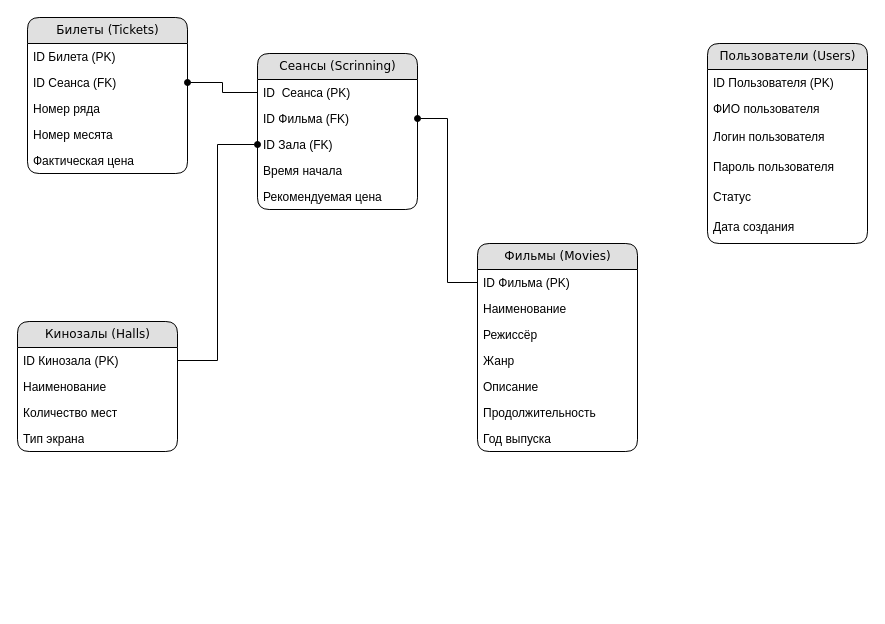
Above: diargams/Диаграмма без названия.drawio in kostya1962/DataBaseLab (draw.io), before the change. Source tidied: cells renumbered, new cells numbered last; positions are measured from the earlier drawing's top-left corner, leaving out a move shared by most shapes. Both pictures are drawn from the tidied source at 100%, with x=0, y=0 at pixel (17, 17).
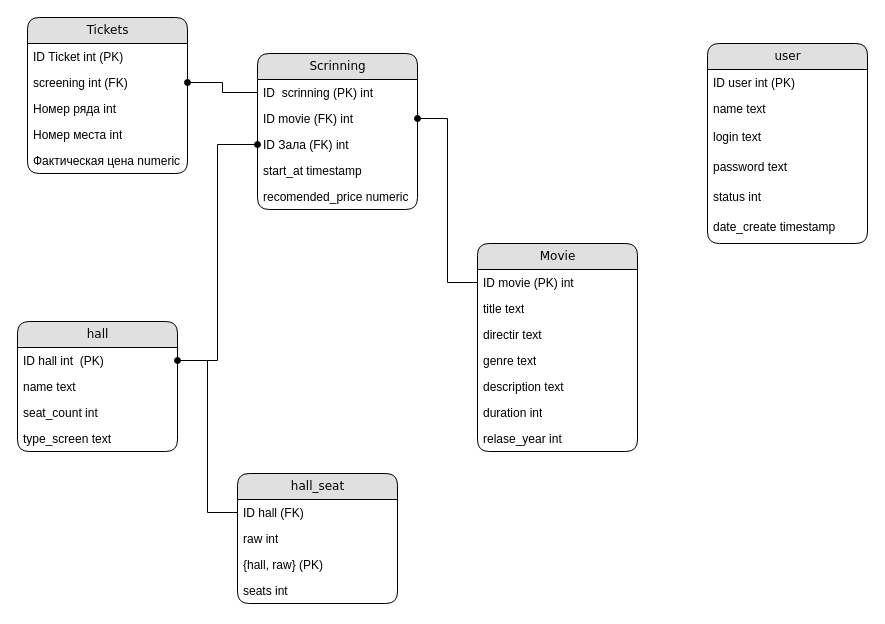
Above is the later version.

Diff of the diagram source:
```diff
@@
-    <mxCell id="3" value="Билеты (Tickets)" style="swimlane;html=1;fontStyle=0;horizontal=1;startSize=26;fillColor=#e0e0e0;swimlaneFillColor=#ffffff;align=center;rounded=1;shadow=0;comic=0;labelBackgroundColor=none;strokeWidth=1;fontFamily=Verdana;fontSize=12;" parent="1" vertex="1">
+    <mxCell id="3" value="Tickets" style="swimlane;html=1;fontStyle=0;horizontal=1;startSize=26;fillColor=#e0e0e0;swimlaneFillColor=#ffffff;align=center;rounded=1;shadow=0;comic=0;labelBackgroundColor=none;strokeWidth=1;fontFamily=Verdana;fontSize=12;" parent="1" vertex="1">
       <mxGeometry x="10" width="160" height="156" as="geometry" />
     </mxCell>
-    <mxCell id="4" value="ID Билета (PK)" style="text;html=1;strokeColor=none;fillColor=none;spacingLeft=4;spacingRight=4;whiteSpace=wrap;overflow=hidden;" parent="3" vertex="1">
+    <mxCell id="4" value="ID&amp;nbsp;Ticket int (PK)" style="text;html=1;strokeColor=none;fillColor=none;spacingLeft=4;spacingRight=4;whiteSpace=wrap;overflow=hidden;" parent="3" vertex="1">
       <mxGeometry y="26" width="160" height="26" as="geometry" />
     </mxCell>
-    <mxCell id="5" value="ID Сеанса (FK)" style="text;html=1;strokeColor=none;fillColor=none;spacingLeft=4;spacingRight=4;whiteSpace=wrap;overflow=hidden;points=[[0,0.5],[1,0.5]];portConstraint=eastwest;" parent="3" vertex="1">
+    <mxCell id="5" value="screening int (FK)" style="text;html=1;strokeColor=none;fillColor=none;spacingLeft=4;spacingRight=4;whiteSpace=wrap;overflow=hidden;points=[[0,0.5],[1,0.5]];portConstraint=eastwest;" parent="3" vertex="1">
       <mxGeometry y="52" width="160" height="26" as="geometry" />
     </mxCell>
-    <mxCell id="6" value="Номер ряда" style="text;html=1;strokeColor=none;fillColor=none;spacingLeft=4;spacingRight=4;whiteSpace=wrap;overflow=hidden;" parent="3" vertex="1">
+    <mxCell id="6" value="Номер ряда int" style="text;html=1;strokeColor=none;fillColor=none;spacingLeft=4;spacingRight=4;whiteSpace=wrap;overflow=hidden;" parent="3" vertex="1">
       <mxGeometry y="78" width="160" height="26" as="geometry" />
     </mxCell>
-    <mxCell id="7" value="Номер месята" style="text;html=1;strokeColor=none;fillColor=none;spacingLeft=4;spacingRight=4;whiteSpace=wrap;overflow=hidden;" parent="3" vertex="1">
+    <mxCell id="7" value="Номер места int" style="text;html=1;strokeColor=none;fillColor=none;spacingLeft=4;spacingRight=4;whiteSpace=wrap;overflow=hidden;" parent="3" vertex="1">
       <mxGeometry y="104" width="160" height="26" as="geometry" />
     </mxCell>
-    <mxCell id="8" value="Фактическая цена" style="text;html=1;strokeColor=none;fillColor=none;spacingLeft=4;spacingRight=4;whiteSpace=wrap;overflow=hidden;" parent="3" vertex="1">
+    <mxCell id="8" value="Фактическая цена numeric" style="text;html=1;strokeColor=none;fillColor=none;spacingLeft=4;spacingRight=4;whiteSpace=wrap;overflow=hidden;" parent="3" vertex="1">
       <mxGeometry y="130" width="160" height="26" as="geometry" />
     </mxCell>
-    <mxCell id="9" value="Кинозалы (Halls)" style="swimlane;html=1;fontStyle=0;horizontal=1;startSize=26;fillColor=#e0e0e0;swimlaneFillColor=#ffffff;align=center;rounded=1;shadow=0;comic=0;labelBackgroundColor=none;strokeWidth=1;fontFamily=Verdana;fontSize=12;" parent="1" vertex="1">
+    <mxCell id="9" value="hall" style="swimlane;html=1;fontStyle=0;horizontal=1;startSize=26;fillColor=#e0e0e0;swimlaneFillColor=#ffffff;align=center;rounded=1;shadow=0;comic=0;labelBackgroundColor=none;strokeWidth=1;fontFamily=Verdana;fontSize=12;" parent="1" vertex="1">
       <mxGeometry y="304" width="160" height="130" as="geometry" />
     </mxCell>
-    <mxCell id="10" value="&lt;div&gt;ID Кинозала (PK)&lt;br&gt;&lt;/div&gt;&lt;div&gt;&lt;br&gt;&lt;/div&gt;" style="text;html=1;strokeColor=none;fillColor=none;spacingLeft=4;spacingRight=4;whiteSpace=wrap;overflow=hidden;points=[[0,0.5],[1,0.5]];portConstraint=eastwest;" parent="9" vertex="1">
+    <mxCell id="10" value="&lt;div&gt;ID hall int&amp;nbsp; (PK)&lt;br&gt;&lt;/div&gt;&lt;div&gt;&lt;br&gt;&lt;/div&gt;" style="text;html=1;strokeColor=none;fillColor=none;spacingLeft=4;spacingRight=4;whiteSpace=wrap;overflow=hidden;points=[[0,0.5],[1,0.5]];portConstraint=eastwest;" parent="9" vertex="1">
       <mxGeometry y="26" width="160" height="26" as="geometry" />
     </mxCell>
-    <mxCell id="11" value="Наименование" style="text;html=1;strokeColor=none;fillColor=none;spacingLeft=4;spacingRight=4;whiteSpace=wrap;overflow=hidden;" parent="9" vertex="1">
+    <mxCell id="11" value="name text" style="text;html=1;strokeColor=none;fillColor=none;spacingLeft=4;spacingRight=4;whiteSpace=wrap;overflow=hidden;" parent="9" vertex="1">
       <mxGeometry y="52" width="160" height="26" as="geometry" />
     </mxCell>
-    <mxCell id="12" value="Количество мест" style="text;html=1;strokeColor=none;fillColor=none;spacingLeft=4;spacingRight=4;whiteSpace=wrap;overflow=hidden;" parent="9" vertex="1">
+    <mxCell id="12" value="seat_count int" style="text;html=1;strokeColor=none;fillColor=none;spacingLeft=4;spacingRight=4;whiteSpace=wrap;overflow=hidden;" parent="9" vertex="1">
       <mxGeometry y="78" width="160" height="26" as="geometry" />
     </mxCell>
-    <mxCell id="13" value="Тип экрана" style="text;html=1;strokeColor=none;fillColor=none;spacingLeft=4;spacingRight=4;whiteSpace=wrap;overflow=hidden;" parent="9" vertex="1">
+    <mxCell id="13" value="type_screen text" style="text;html=1;strokeColor=none;fillColor=none;spacingLeft=4;spacingRight=4;whiteSpace=wrap;overflow=hidden;" parent="9" vertex="1">
       <mxGeometry y="104" width="160" height="26" as="geometry" />
     </mxCell>
-    <mxCell id="14" value="Фильмы (Movies)" style="swimlane;html=1;fontStyle=0;horizontal=1;startSize=26;fillColor=#e0e0e0;swimlaneFillColor=#ffffff;align=center;rounded=1;shadow=0;comic=0;labelBackgroundColor=none;strokeWidth=1;fontFamily=Verdana;fontSize=12;" parent="1" vertex="1">
+    <mxCell id="14" value="Movie" style="swimlane;html=1;fontStyle=0;horizontal=1;startSize=26;fillColor=#e0e0e0;swimlaneFillColor=#ffffff;align=center;rounded=1;shadow=0;comic=0;labelBackgroundColor=none;strokeWidth=1;fontFamily=Verdana;fontSize=12;" parent="1" vertex="1">
       <mxGeometry x="460" y="226" width="160" height="208" as="geometry" />
     </mxCell>
-    <mxCell id="15" value="ID Фильма (PK)" style="text;html=1;strokeColor=none;fillColor=none;spacingLeft=4;spacingRight=4;whiteSpace=wrap;overflow=hidden;points=[[0,0.5],[1,0.5]];portConstraint=eastwest;" parent="14" vertex="1">
+    <mxCell id="15" value="ID movie (PK) int" style="text;html=1;strokeColor=none;fillColor=none;spacingLeft=4;spacingRight=4;whiteSpace=wrap;overflow=hidden;points=[[0,0.5],[1,0.5]];portConstraint=eastwest;" parent="14" vertex="1">
       <mxGeometry y="26" width="160" height="26" as="geometry" />
     </mxCell>
-    <mxCell id="16" value="Наименование" style="text;html=1;strokeColor=none;fillColor=none;spacingLeft=4;spacingRight=4;whiteSpace=wrap;overflow=hidden;" parent="14" vertex="1">
+    <mxCell id="16" value="title text" style="text;html=1;strokeColor=none;fillColor=none;spacingLeft=4;spacingRight=4;whiteSpace=wrap;overflow=hidden;" parent="14" vertex="1">
       <mxGeometry y="52" width="160" height="26" as="geometry" />
     </mxCell>
-    <mxCell id="17" value="Режиссёр" style="text;html=1;strokeColor=none;fillColor=none;spacingLeft=4;spacingRight=4;whiteSpace=wrap;overflow=hidden;" parent="14" vertex="1">
+    <mxCell id="17" value="directir text" style="text;html=1;strokeColor=none;fillColor=none;spacingLeft=4;spacingRight=4;whiteSpace=wrap;overflow=hidden;" parent="14" vertex="1">
       <mxGeometry y="78" width="160" height="26" as="geometry" />
     </mxCell>
-    <mxCell id="18" value="Жанр" style="text;html=1;strokeColor=none;fillColor=none;spacingLeft=4;spacingRight=4;whiteSpace=wrap;overflow=hidden;" parent="14" vertex="1">
+    <mxCell id="18" value="genre text" style="text;html=1;strokeColor=none;fillColor=none;spacingLeft=4;spacingRight=4;whiteSpace=wrap;overflow=hidden;" parent="14" vertex="1">
       <mxGeometry y="104" width="160" height="26" as="geometry" />
     </mxCell>
-    <mxCell id="19" value="Описание" style="text;html=1;strokeColor=none;fillColor=none;spacingLeft=4;spacingRight=4;whiteSpace=wrap;overflow=hidden;" parent="14" vertex="1">
+    <mxCell id="19" value="description text" style="text;html=1;strokeColor=none;fillColor=none;spacingLeft=4;spacingRight=4;whiteSpace=wrap;overflow=hidden;" parent="14" vertex="1">
       <mxGeometry y="130" width="160" height="26" as="geometry" />
     </mxCell>
-    <mxCell id="20" value="Продолжительность" style="text;html=1;strokeColor=none;fillColor=none;spacingLeft=4;spacingRight=4;whiteSpace=wrap;overflow=hidden;" parent="14" vertex="1">
+    <mxCell id="20" value="duration int" style="text;html=1;strokeColor=none;fillColor=none;spacingLeft=4;spacingRight=4;whiteSpace=wrap;overflow=hidden;" parent="14" vertex="1">
       <mxGeometry y="156" width="160" height="26" as="geometry" />
     </mxCell>
-    <mxCell id="21" value="Год выпуска" style="text;html=1;strokeColor=none;fillColor=none;spacingLeft=4;spacingRight=4;whiteSpace=wrap;overflow=hidden;" parent="14" vertex="1">
+    <mxCell id="21" value="relase_year int" style="text;html=1;strokeColor=none;fillColor=none;spacingLeft=4;spacingRight=4;whiteSpace=wrap;overflow=hidden;" parent="14" vertex="1">
       <mxGeometry y="182" width="160" height="26" as="geometry" />
     </mxCell>
-    <mxCell id="22" value="Сеансы (Scrinning)" style="swimlane;html=1;fontStyle=0;horizontal=1;startSize=26;fillColor=#e0e0e0;swimlaneFillColor=#ffffff;align=center;rounded=1;shadow=0;comic=0;labelBackgroundColor=none;strokeWidth=1;fontFamily=Verdana;fontSize=12;" parent="1" vertex="1">
+    <mxCell id="22" value="Scrinning" style="swimlane;html=1;fontStyle=0;horizontal=1;startSize=26;fillColor=#e0e0e0;swimlaneFillColor=#ffffff;align=center;rounded=1;shadow=0;comic=0;labelBackgroundColor=none;strokeWidth=1;fontFamily=Verdana;fontSize=12;" parent="1" vertex="1">
       <mxGeometry x="240" y="36" width="160" height="156" as="geometry" />
     </mxCell>
-    <mxCell id="23" value="ID&amp;nbsp; Сеанса (PK)" style="text;html=1;strokeColor=none;fillColor=none;spacingLeft=4;spacingRight=4;whiteSpace=wrap;overflow=hidden;points=[[0,0.5],[1,0.5]];portConstraint=eastwest;" parent="22" vertex="1">
+    <mxCell id="23" value="ID&amp;nbsp; scrinning (PK) int" style="text;html=1;strokeColor=none;fillColor=none;spacingLeft=4;spacingRight=4;whiteSpace=wrap;overflow=hidden;points=[[0,0.5],[1,0.5]];portConstraint=eastwest;" parent="22" vertex="1">
       <mxGeometry y="26" width="160" height="26" as="geometry" />
     </mxCell>
-    <mxCell id="24" value="ID Фильма (FK)" style="text;html=1;strokeColor=none;fillColor=none;spacingLeft=4;spacingRight=4;whiteSpace=wrap;overflow=hidden;points=[[0,0.5],[1,0.5]];portConstraint=eastwest;" parent="22" vertex="1">
+    <mxCell id="24" value="ID movie (FK) int" style="text;html=1;strokeColor=none;fillColor=none;spacingLeft=4;spacingRight=4;whiteSpace=wrap;overflow=hidden;points=[[0,0.5],[1,0.5]];portConstraint=eastwest;" parent="22" vertex="1">
       <mxGeometry y="52" width="160" height="26" as="geometry" />
     </mxCell>
-    <mxCell id="25" value="ID Зала (FK)" style="text;html=1;strokeColor=none;fillColor=none;spacingLeft=4;spacingRight=4;whiteSpace=wrap;overflow=hidden;points=[[0,0.5],[1,0.5]];portConstraint=eastwest;" parent="22" vertex="1">
+    <mxCell id="25" value="ID Зала (FK) int" style="text;html=1;strokeColor=none;fillColor=none;spacingLeft=4;spacingRight=4;whiteSpace=wrap;overflow=hidden;points=[[0,0.5],[1,0.5]];portConstraint=eastwest;" parent="22" vertex="1">
       <mxGeometry y="78" width="160" height="26" as="geometry" />
     </mxCell>
-    <mxCell id="26" value="Время начала" style="text;html=1;strokeColor=none;fillColor=none;spacingLeft=4;spacingRight=4;whiteSpace=wrap;overflow=hidden;" parent="22" vertex="1">
+    <mxCell id="26" value="start_at timestamp" style="text;html=1;strokeColor=none;fillColor=none;spacingLeft=4;spacingRight=4;whiteSpace=wrap;overflow=hidden;" parent="22" vertex="1">
       <mxGeometry y="104" width="160" height="26" as="geometry" />
     </mxCell>
-    <mxCell id="27" value="Рекомендуемая цена" style="text;html=1;strokeColor=none;fillColor=none;spacingLeft=4;spacingRight=4;whiteSpace=wrap;overflow=hidden;" parent="22" vertex="1">
+    <mxCell id="27" value="recomended_price numeric" style="text;html=1;strokeColor=none;fillColor=none;spacingLeft=4;spacingRight=4;whiteSpace=wrap;overflow=hidden;" parent="22" vertex="1">
       <mxGeometry y="130" width="160" height="26" as="geometry" />
     </mxCell>
-    <mxCell id="28" value="Пользователи (Users)" style="swimlane;html=1;fontStyle=0;horizontal=1;startSize=26;fillColor=#e0e0e0;swimlaneFillColor=#ffffff;align=center;rounded=1;shadow=0;comic=0;labelBackgroundColor=none;strokeWidth=1;fontFamily=Verdana;fontSize=12;" parent="1" vertex="1">
+    <mxCell id="28" value="user" style="swimlane;html=1;fontStyle=0;horizontal=1;startSize=26;fillColor=#e0e0e0;swimlaneFillColor=#ffffff;align=center;rounded=1;shadow=0;comic=0;labelBackgroundColor=none;strokeWidth=1;fontFamily=Verdana;fontSize=12;" parent="1" vertex="1">
       <mxGeometry x="690" y="26" width="160" height="200" as="geometry" />
     </mxCell>
-    <mxCell id="29" value="ID Пользователя (PK)" style="text;html=1;strokeColor=none;fillColor=none;spacingLeft=4;spacingRight=4;whiteSpace=wrap;overflow=hidden;" parent="28" vertex="1">
+    <mxCell id="29" value="ID user int (PK)" style="text;html=1;strokeColor=none;fillColor=none;spacingLeft=4;spacingRight=4;whiteSpace=wrap;overflow=hidden;" parent="28" vertex="1">
       <mxGeometry y="26" width="160" height="26" as="geometry" />
     </mxCell>
-    <mxCell id="30" value="ФИО пользователя" style="text;html=1;strokeColor=none;fillColor=none;spacingLeft=4;spacingRight=4;whiteSpace=wrap;overflow=hidden;" parent="28" vertex="1">
+    <mxCell id="30" value="name text" style="text;html=1;strokeColor=none;fillColor=none;spacingLeft=4;spacingRight=4;whiteSpace=wrap;overflow=hidden;" parent="28" vertex="1">
       <mxGeometry y="52" width="160" height="28" as="geometry" />
     </mxCell>
-    <mxCell id="31" value="Логин пользователя" style="text;html=1;strokeColor=none;fillColor=none;spacingLeft=4;spacingRight=4;whiteSpace=wrap;overflow=hidden;" parent="28" vertex="1">
+    <mxCell id="31" value="login text" style="text;html=1;strokeColor=none;fillColor=none;spacingLeft=4;spacingRight=4;whiteSpace=wrap;overflow=hidden;" parent="28" vertex="1">
       <mxGeometry y="80" width="160" height="30" as="geometry" />
     </mxCell>
-    <mxCell id="32" value="Пароль пользователя" style="text;html=1;strokeColor=none;fillColor=none;spacingLeft=4;spacingRight=4;whiteSpace=wrap;overflow=hidden;" parent="28" vertex="1">
+    <mxCell id="32" value="password text" style="text;html=1;strokeColor=none;fillColor=none;spacingLeft=4;spacingRight=4;whiteSpace=wrap;overflow=hidden;" parent="28" vertex="1">
       <mxGeometry y="110" width="160" height="30" as="geometry" />
     </mxCell>
-    <mxCell id="33" value="Статус" style="text;html=1;strokeColor=none;fillColor=none;spacingLeft=4;spacingRight=4;whiteSpace=wrap;overflow=hidden;" parent="28" vertex="1">
+    <mxCell id="33" value="status int" style="text;html=1;strokeColor=none;fillColor=none;spacingLeft=4;spacingRight=4;whiteSpace=wrap;overflow=hidden;" parent="28" vertex="1">
       <mxGeometry y="140" width="160" height="30" as="geometry" />
     </mxCell>
-    <mxCell id="34" value="Дата создания" style="text;html=1;strokeColor=none;fillColor=none;spacingLeft=4;spacingRight=4;whiteSpace=wrap;overflow=hidden;" parent="28" vertex="1">
+    <mxCell id="34" value="date_create timestamp" style="text;html=1;strokeColor=none;fillColor=none;spacingLeft=4;spacingRight=4;whiteSpace=wrap;overflow=hidden;" parent="28" vertex="1">
       <mxGeometry y="170" width="160" height="30" as="geometry" />
     </mxCell>
@@
+    <mxCell id="38" value="hall_seat" style="swimlane;html=1;fontStyle=0;horizontal=1;startSize=26;fillColor=#e0e0e0;swimlaneFillColor=#ffffff;align=center;rounded=1;shadow=0;comic=0;labelBackgroundColor=none;strokeWidth=1;fontFamily=Verdana;fontSize=12;" parent="1" vertex="1">
+      <mxGeometry x="220" y="456" width="160" height="130" as="geometry" />
+    </mxCell>
+    <mxCell id="39" value="&lt;div&gt;ID hall (FK)&lt;br&gt;&lt;/div&gt;&lt;div&gt;&lt;br&gt;&lt;/div&gt;" style="text;html=1;strokeColor=none;fillColor=none;spacingLeft=4;spacingRight=4;whiteSpace=wrap;overflow=hidden;points=[[0,0.5],[1,0.5]];portConstraint=eastwest;" parent="38" vertex="1">
+      <mxGeometry y="26" width="160" height="26" as="geometry" />
+    </mxCell>
+    <mxCell id="40" value="raw int" style="text;html=1;strokeColor=none;fillColor=none;spacingLeft=4;spacingRight=4;whiteSpace=wrap;overflow=hidden;" parent="38" vertex="1">
+      <mxGeometry y="52" width="160" height="26" as="geometry" />
+    </mxCell>
+    <mxCell id="41" value="{hall, raw} (PK)" style="text;html=1;strokeColor=none;fillColor=none;spacingLeft=4;spacingRight=4;whiteSpace=wrap;overflow=hidden;" parent="38" vertex="1">
+      <mxGeometry y="78" width="160" height="26" as="geometry" />
+    </mxCell>
+    <mxCell id="42" value="seats int" style="text;html=1;strokeColor=none;fillColor=none;spacingLeft=4;spacingRight=4;whiteSpace=wrap;overflow=hidden;" parent="38" vertex="1">
+      <mxGeometry y="104" width="160" height="26" as="geometry" />
+    </mxCell>
+    <mxCell id="43" style="edgeStyle=orthogonalEdgeStyle;rounded=0;jettySize=auto;html=1;exitX=0;exitY=0.5;exitDx=0;exitDy=0;entryX=1;entryY=0.5;entryDx=0;entryDy=0;endArrow=oval;endFill=1;" parent="1" edge="1" source="39" target="10">
+      <mxGeometry relative="1" as="geometry" />
+    </mxCell>
```
